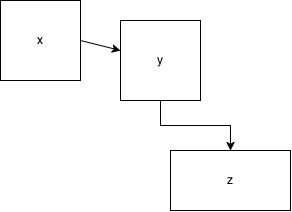
franco-g-s/zmk-config keeps this draw.io diagram as Untitled Diagram.drawio.png. Above is the earlier version. Source tidied: cells renumbered, new cells last; positions are measured from the earlier drawing's top-left corner, leaving out a move shared by most shapes.
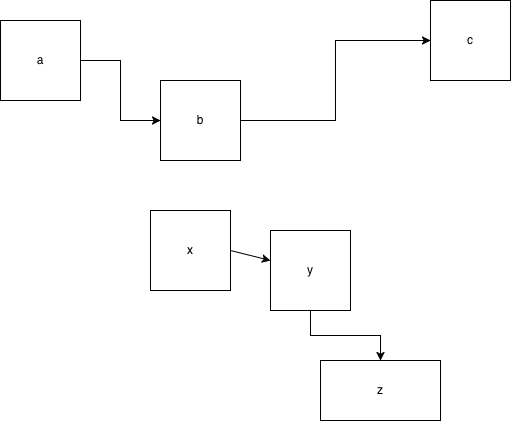
After the commit.

What changed in the source:
```diff
@@ -17,5 +17,20 @@
     <mxCell id="6" value="z" style="whiteSpace=wrap;html=1;" parent="1" vertex="1">
       <mxGeometry x="170" y="150" width="120" height="60" as="geometry" />
     </mxCell>
+    <mxCell id="7" style="edgeStyle=orthogonalEdgeStyle;rounded=0;jettySize=auto;html=1;defaultLabelBackgroundColor=page;" parent="1" edge="1" source="8" target="10">
+      <mxGeometry relative="1" as="geometry" />
+    </mxCell>
+    <mxCell id="8" value="a" style="whiteSpace=wrap;html=1;" parent="1" vertex="1">
+      <mxGeometry x="-150" y="-190" width="80" height="80" as="geometry" />
+    </mxCell>
+    <mxCell id="9" style="edgeStyle=orthogonalEdgeStyle;rounded=0;jettySize=auto;html=1;defaultLabelBackgroundColor=page;" parent="1" edge="1" source="10" target="11">
+      <mxGeometry relative="1" as="geometry" />
+    </mxCell>
+    <mxCell id="10" value="b" style="whiteSpace=wrap;html=1;" parent="1" vertex="1">
+      <mxGeometry x="10" y="-130" width="80" height="80" as="geometry" />
+    </mxCell>
+    <mxCell id="11" value="c" style="whiteSpace=wrap;html=1;" parent="1" vertex="1">
+      <mxGeometry x="280" y="-210" width="80" height="80" as="geometry" />
+    </mxCell>
   </root>
 </mxGraphModel>
```
